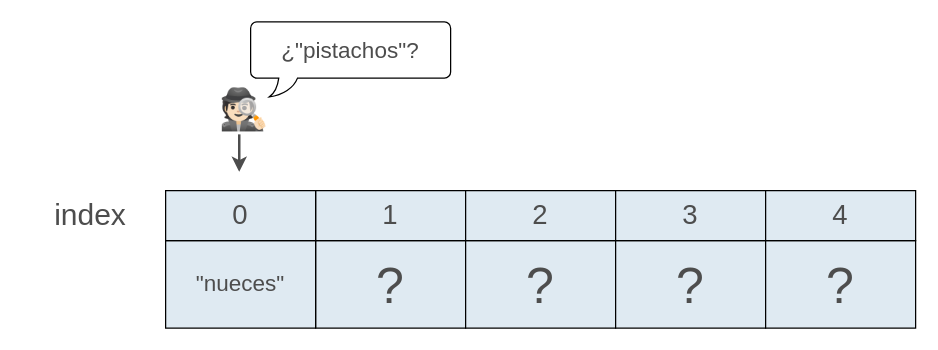
Before: page "paso_1" (2 of 4) of teoria/04_estructuras_y_algoritmos/imgs/arreglo_busqueda.drawio in ee-unr/programacion-2, a draw.io diagram. Source tidied: cells renumbered, new cells numbered last; positions are measured from the earlier drawing's top-left corner, leaving out a move shared by most shapes. Both pictures are drawn from the tidied source at 125%, with x=0, y=0 at pixel (21, 21). Pictures stored in the file or linked from it are replaced by grey dashed boxes.
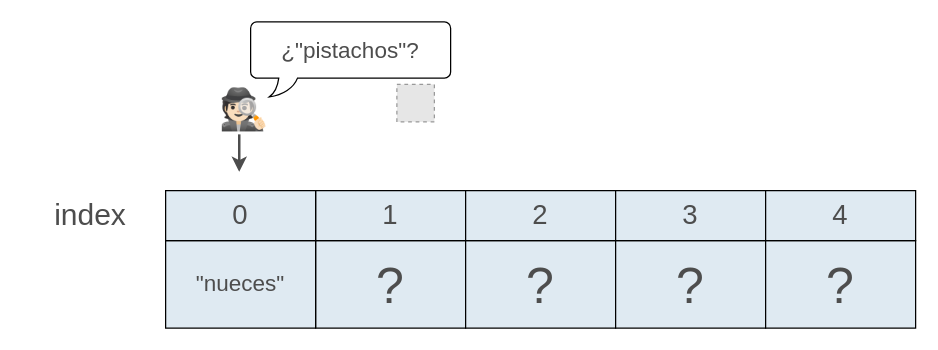
The same diagram, later.

What changed in the source:
```diff
@@
 <mxGraphModel>
   <root>
     <mxCell id="0" />
     <mxCell id="1" parent="0" />
     <mxCell id="2" value="&lt;font style=&quot;font-size: 24px;&quot;&gt;index&lt;/font&gt;" style="text;html=1;align=center;verticalAlign=middle;whiteSpace=wrap;rounded=0;fontSize=16;fontFamily=Cascadia Code;fontColor=#4D4D4D;" parent="1" vertex="1">
       <mxGeometry y="130" width="110" height="50" as="geometry" />
     </mxCell>
     <mxCell id="3" value="&lt;span style=&quot;color: rgb(77, 77, 77); font-family: &amp;quot;Cascadia Code&amp;quot;; font-size: 40px;&quot;&gt;?&lt;/span&gt;" style="rounded=0;whiteSpace=wrap;html=1;strokeWidth=1;fillColor=#DFEAF2;" parent="1" vertex="1">
       <mxGeometry x="235" y="175" width="120" height="70" as="geometry" />
     </mxCell>
     <mxCell id="4" value="&lt;font face=&quot;Cascadia Code&quot; style=&quot;color: rgb(77, 77, 77);&quot;&gt;1&lt;/font&gt;" style="rounded=0;whiteSpace=wrap;html=1;strokeWidth=1;fillColor=#DFEAF2;fontSize=22;" parent="1" vertex="1">
       <mxGeometry x="235" y="135" width="120" height="40" as="geometry" />
     </mxCell>
     <mxCell id="5" value="&lt;span style=&quot;color: rgb(77, 77, 77); font-family: &amp;quot;Cascadia Code&amp;quot;; font-size: 40px;&quot;&gt;?&lt;/span&gt;" style="rounded=0;whiteSpace=wrap;html=1;strokeWidth=1;fillColor=#DFEAF2;" parent="1" vertex="1">
       <mxGeometry x="355" y="175" width="120" height="70" as="geometry" />
     </mxCell>
     <mxCell id="6" value="&lt;font face=&quot;Cascadia Code&quot; style=&quot;color: rgb(77, 77, 77);&quot;&gt;2&lt;/font&gt;" style="rounded=0;whiteSpace=wrap;html=1;strokeWidth=1;fillColor=#DFEAF2;fontSize=22;" parent="1" vertex="1">
       <mxGeometry x="355" y="135" width="120" height="40" as="geometry" />
     </mxCell>
     <mxCell id="7" value="&lt;span style=&quot;color: rgb(77, 77, 77); font-family: &amp;quot;Cascadia Code&amp;quot;; font-size: 40px;&quot;&gt;?&lt;/span&gt;" style="rounded=0;whiteSpace=wrap;html=1;strokeWidth=1;fillColor=#DFEAF2;" parent="1" vertex="1">
       <mxGeometry x="475" y="175" width="120" height="70" as="geometry" />
     </mxCell>
     <mxCell id="8" value="&lt;font face=&quot;Cascadia Code&quot; style=&quot;color: rgb(77, 77, 77);&quot;&gt;3&lt;/font&gt;" style="rounded=0;whiteSpace=wrap;html=1;strokeWidth=1;fillColor=#DFEAF2;fontSize=22;" parent="1" vertex="1">
       <mxGeometry x="475" y="135" width="120" height="40" as="geometry" />
     </mxCell>
     <mxCell id="9" value="&lt;span style=&quot;color: rgb(77, 77, 77); font-family: &amp;quot;Cascadia Code&amp;quot;; font-size: 40px;&quot;&gt;?&lt;/span&gt;" style="rounded=0;whiteSpace=wrap;html=1;strokeWidth=1;fillColor=#DFEAF2;" parent="1" vertex="1">
       <mxGeometry x="595" y="175" width="120" height="70" as="geometry" />
     </mxCell>
     <mxCell id="10" value="&lt;font face=&quot;Cascadia Code&quot; style=&quot;color: rgb(77, 77, 77);&quot;&gt;4&lt;/font&gt;" style="rounded=0;whiteSpace=wrap;html=1;strokeWidth=1;fillColor=#DFEAF2;fontSize=22;" parent="1" vertex="1">
       <mxGeometry x="595" y="135" width="120" height="40" as="geometry" />
     </mxCell>
     <mxCell id="11" value="&lt;span style=&quot;color: rgb(77, 77, 77); font-family: &amp;quot;Cascadia Code&amp;quot;; font-size: 18px;&quot;&gt;&quot;nueces&quot;&lt;/span&gt;" style="rounded=0;whiteSpace=wrap;html=1;strokeWidth=1;fillColor=#DFEAF2;" parent="1" vertex="1">
       <mxGeometry x="115" y="175" width="120" height="70" as="geometry" />
     </mxCell>
     <mxCell id="12" value="&lt;font style=&quot;color: rgb(77, 77, 77);&quot; face=&quot;Cascadia Code&quot;&gt;0&lt;/font&gt;" style="rounded=0;whiteSpace=wrap;html=1;strokeWidth=1;fillColor=#DFEAF2;fontSize=22;" parent="1" vertex="1">
       <mxGeometry x="115" y="135" width="120" height="40" as="geometry" />
     </mxCell>
     <mxCell id="13" style="group;" parent="1" vertex="1">
       <mxGeometry x="143" width="200" height="120" as="geometry" />
     </mxCell>
     <mxCell id="14" style="group;" parent="13" vertex="1">
       <mxGeometry width="200" height="100" as="geometry" />
     </mxCell>
     <mxCell id="15" value="&lt;font style=&quot;font-size: 32px;&quot;&gt;🕵🏻&lt;/font&gt;" style="text;html=1;align=center;verticalAlign=middle;whiteSpace=wrap;rounded=0;" parent="14" vertex="1">
       <mxGeometry y="40" width="70" height="60" as="geometry" />
     </mxCell>
     <mxCell id="16" value="&lt;font style=&quot;color: rgb(77, 77, 77);&quot;&gt;&lt;span style=&quot;font-family: &amp;quot;Cascadia Code&amp;quot;; font-size: 18px;&quot;&gt;¿&lt;/span&gt;&lt;font style=&quot;font-family: &amp;quot;Cascadia Code&amp;quot;; font-size: 18px; color: rgb(77, 77, 77);&quot;&gt;&quot;pistachos&quot;&lt;/font&gt;&lt;span style=&quot;font-family: &amp;quot;Cascadia Code&amp;quot;; font-size: 18px;&quot;&gt;?&lt;/span&gt;&lt;/font&gt;" style="whiteSpace=wrap;html=1;shape=mxgraph.basic.roundRectCallout;dx=30;dy=15;size=5;boundedLbl=1;" parent="14" vertex="1">
       <mxGeometry x="40" width="160" height="60" as="geometry" />
     </mxCell>
+    <mxCell id="18" style="fillColor=#E6E6E6;strokeColor=#999999;dashed=1;verticalLabelPosition=bottom;labelBackgroundColor=default;verticalAlign=top;" parent="14" vertex="1">
+      <mxGeometry x="157" y="50" width="30" height="30" as="geometry" />
+    </mxCell>
     <mxCell id="17" style="endArrow=classic;html=1;rounded=0;strokeWidth=2;strokeColor=#4D4D4D;" parent="13" edge="1">
       <mxGeometry relative="1" as="geometry">
         <mxPoint x="30.9" y="90" as="sourcePoint" />
         <mxPoint x="30.9" y="120" as="targetPoint" />
       </mxGeometry>
     </mxCell>
   </root>
 </mxGraphModel>
```
